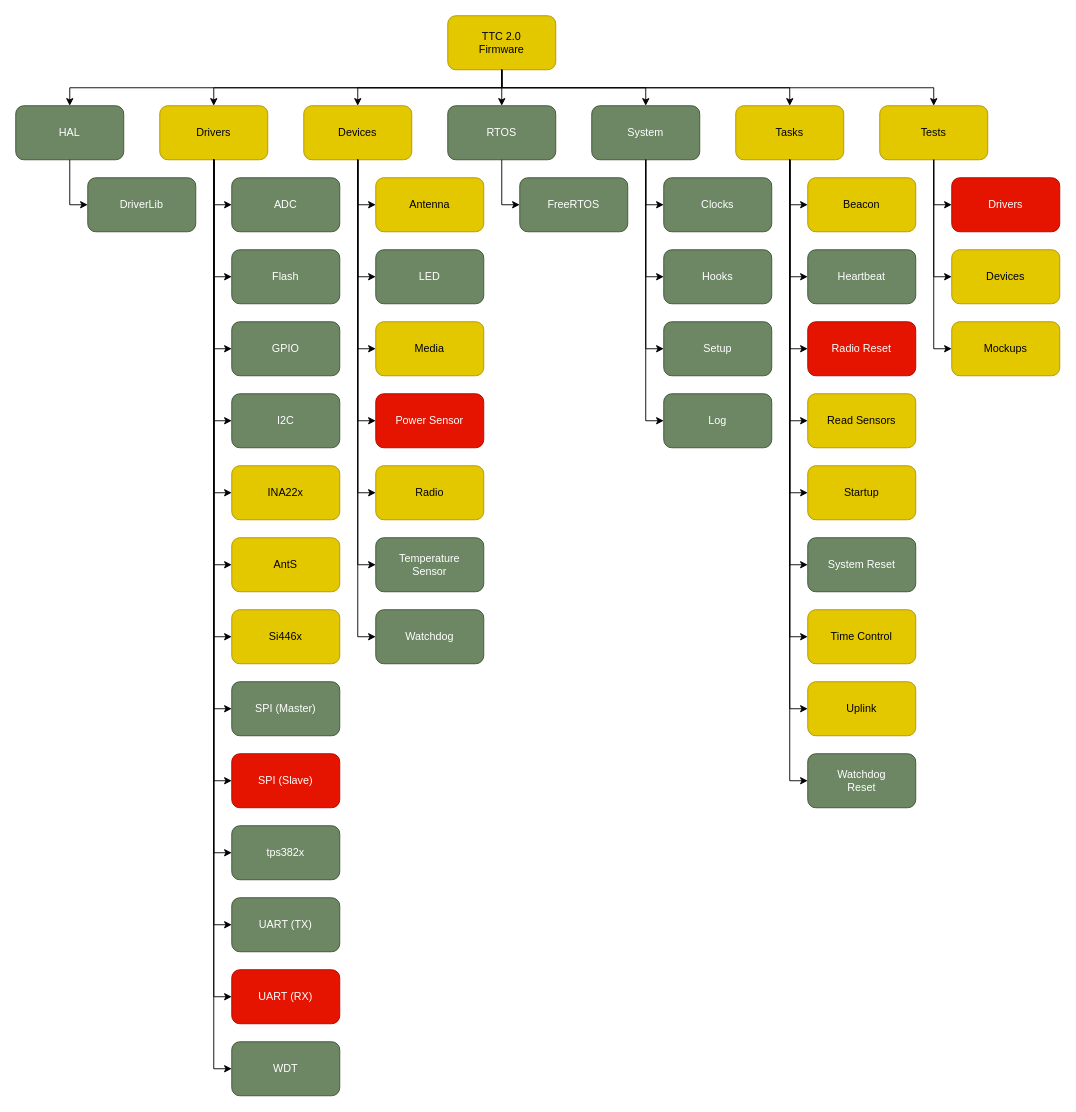
spacelab-ufsc/ttc2 keeps this draw.io diagram as doc/figures/product-tree-fw.drawio. Above is the earlier version. Source tidied: cells renumbered, new cells numbered last; positions are measured from the earlier drawing's top-left corner, leaving out a move shared by most shapes. Both pictures are drawn from the tidied source at 90%, with x=0, y=0 at pixel (15, 15).
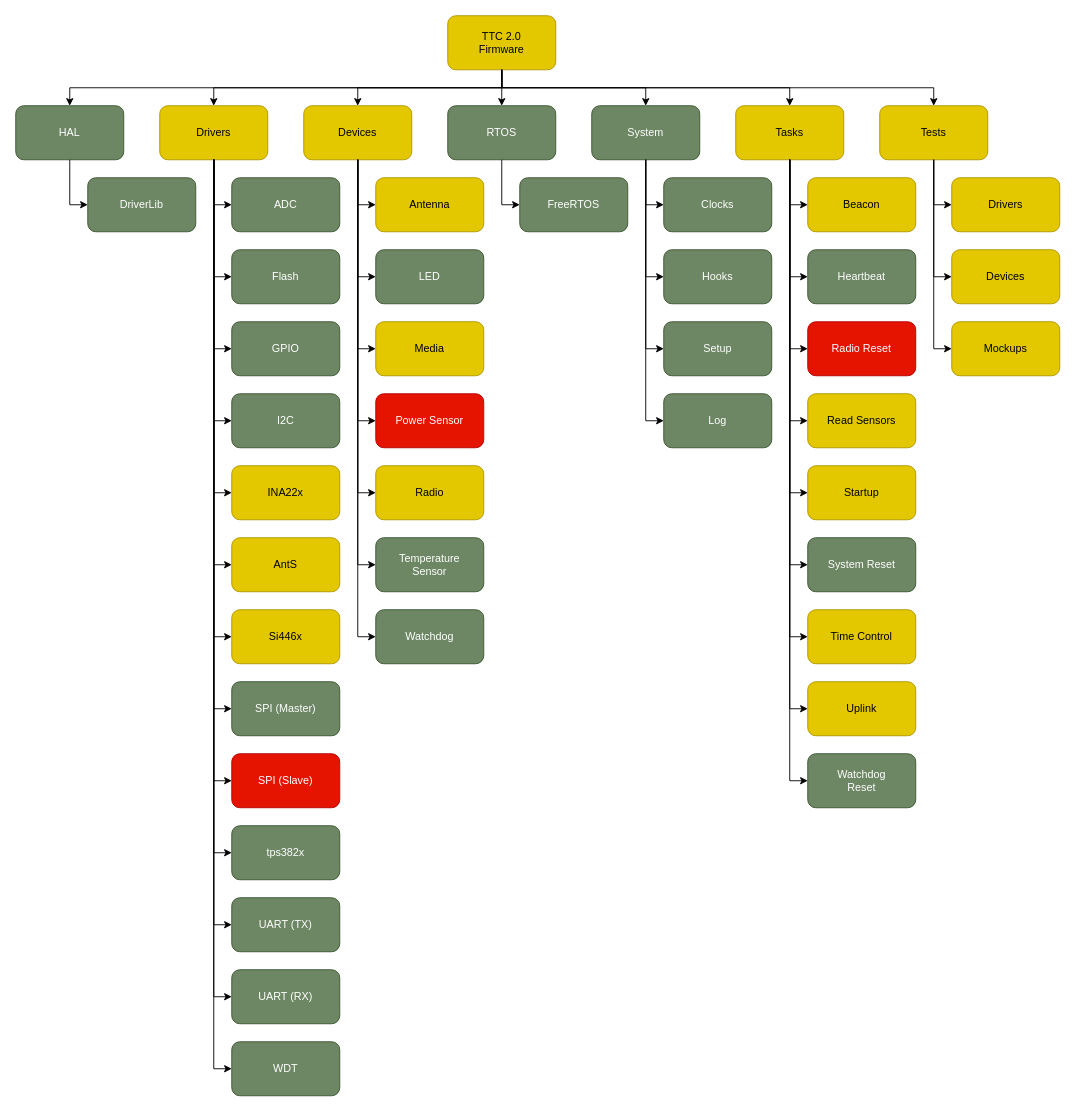
The same diagram, later.

Commit message (it also covers changes not shown here):
doc: Updating the product tree of the firmware

What changed in the source:
```diff
@@
-    <mxCell id="17" value="UART (RX)" style="rounded=1;whiteSpace=wrap;html=1;fillColor=#e51400;fontColor=#ffffff;strokeColor=#B20000;" parent="1" vertex="1">
+    <mxCell id="17" value="UART (RX)" style="rounded=1;whiteSpace=wrap;html=1;fillColor=#6d8764;fontColor=#ffffff;strokeColor=#3A5431;" parent="1" vertex="1">
       <mxGeometry x="240" y="1060" width="120" height="60" as="geometry" />
     </mxCell>
@@
-    <mxCell id="87" value="Drivers" style="rounded=1;whiteSpace=wrap;html=1;fillColor=#e51400;fontColor=#ffffff;strokeColor=#B20000;" parent="1" vertex="1">
+    <mxCell id="87" value="Drivers" style="rounded=1;whiteSpace=wrap;html=1;fillColor=#e3c800;fontColor=#000000;strokeColor=#B09500;" parent="1" vertex="1">
       <mxGeometry x="1040" y="180" width="120" height="60" as="geometry" />
     </mxCell>
```
